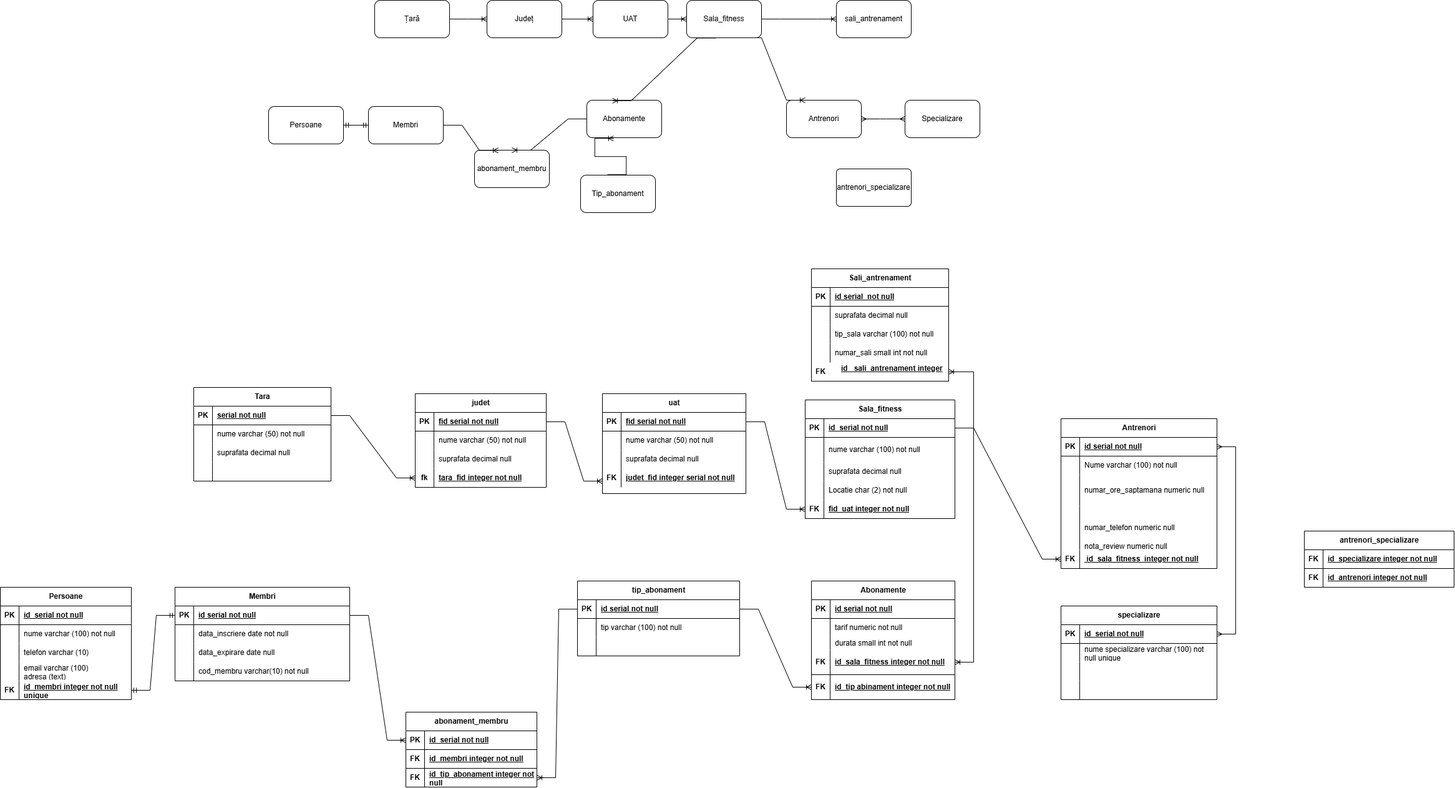
Above: diagrame.png in AndreeaPatrauvt/examen_sem1_Patra (draw.io), before the change. Source tidied: cells renumbered, new cells last; positions are measured from the earlier drawing's top-left corner, leaving out a move shared by most shapes.
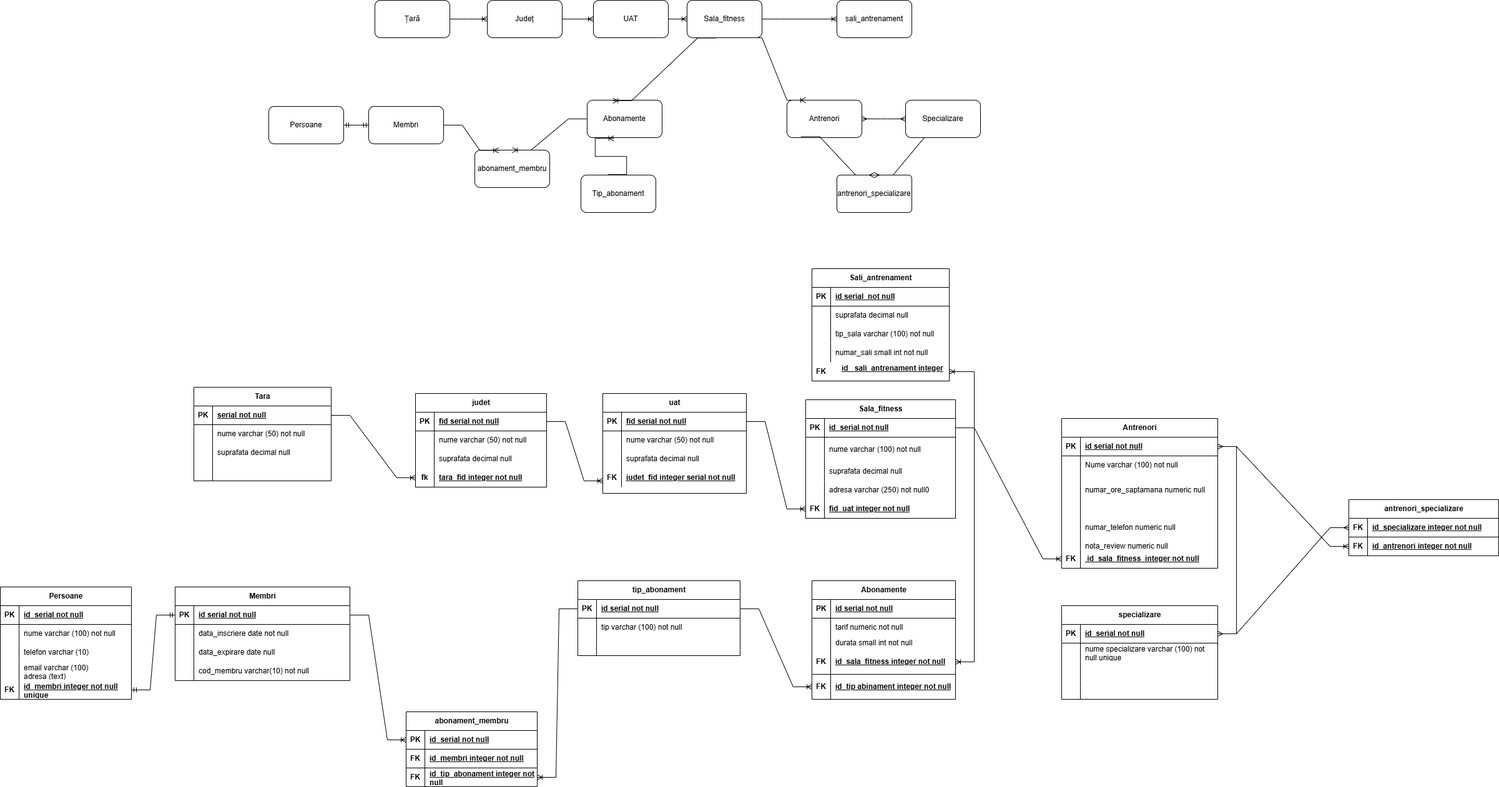
After the change.

What changed in the source:
```diff
@@ -253,7 +253,7 @@
     <mxCell id="83" style="shape=partialRectangle;fillColor=none;top=0;left=0;bottom=0;right=0;overflow=hidden;whiteSpace=wrap;html=1;" parent="82" vertex="1">
       <mxGeometry width="30" height="30" as="geometry" />
     </mxCell>
-    <mxCell id="84" value="Locatie char (2) not null" style="shape=partialRectangle;fillColor=none;top=0;left=0;bottom=0;right=0;align=left;spacingLeft=6;overflow=hidden;whiteSpace=wrap;html=1;" parent="82" vertex="1">
+    <mxCell id="84" value="adresa varchar (250) not null0" style="shape=partialRectangle;fillColor=none;top=0;left=0;bottom=0;right=0;align=left;spacingLeft=6;overflow=hidden;whiteSpace=wrap;html=1;" parent="82" vertex="1">
       <mxGeometry x="30" width="210" height="30" as="geometry" />
     </mxCell>
     <mxCell id="85" style="shape=tableRow;horizontal=0;startSize=0;swimlaneHead=0;swimlaneBody=0;fillColor=none;points=[[0,0.5],[1,0.5]];portConstraint=eastwest;top=0;left=0;right=0;bottom=1;" parent="72" vertex="1">
@@ -507,7 +507,7 @@
       <mxGeometry x="30" width="220" height="30" as="geometry" />
     </mxCell>
     <mxCell id="167" value="antrenori_specializare" style="shape=table;startSize=30;rowLines=0;fontStyle=1;align=center;html=1;" parent="1" vertex="1">
-      <mxGeometry x="2090" y="850" width="240" height="90" as="geometry" />
+      <mxGeometry x="2160" y="800" width="240" height="90" as="geometry" />
     </mxCell>
     <mxCell id="168" style="shape=tableRow;horizontal=0;startSize=0;swimlaneHead=0;swimlaneBody=0;fillColor=none;points=[[0,0.5],[1,0.5]];portConstraint=eastwest;top=0;left=0;right=0;bottom=1;" parent="167" vertex="1">
       <mxGeometry y="30" width="240" height="30" as="geometry" />
@@ -531,7 +531,7 @@
       <mxGeometry relative="1" as="geometry" />
     </mxCell>
     <mxCell id="175" value="antrenori_specializare" style="rounded=1;arcSize=10;whiteSpace=wrap;html=1;align=center;" parent="1" vertex="1">
-      <mxGeometry x="1340" y="270" width="120" height="60" as="geometry" />
+      <mxGeometry x="1340" y="280" width="120" height="60" as="geometry" />
     </mxCell>
     <mxCell id="176" value="Membri" style="shape=table;startSize=30;rowLines=0;fontStyle=1;align=center;html=1;" parent="1" vertex="1">
       <mxGeometry x="280" y="940" width="280" height="150" as="geometry" />
@@ -659,5 +659,21 @@
     <mxCell id="217" style="edgeStyle=entityRelationEdgeStyle;fontSize=12;html=1;endArrow=ERoneToMany;rounded=0;" parent="1" edge="1" source="177" target="190">
       <mxGeometry relative="1" as="geometry" />
     </mxCell>
+    <mxCell id="218" style="edgeStyle=entityRelationEdgeStyle;fontSize=12;html=1;endArrow=ERoneToMany;rounded=0;" parent="1" edge="1" source="152" target="171">
+      <mxGeometry relative="1" as="geometry" />
+    </mxCell>
+    <mxCell id="219" style="edgeStyle=entityRelationEdgeStyle;fontSize=12;html=1;endArrow=ERmany;rounded=0;" parent="1" edge="1" source="136" target="168">
+      <mxGeometry relative="1" as="geometry" />
+    </mxCell>
+    <mxCell id="220" style="edgeStyle=entityRelationEdgeStyle;fontSize=12;html=1;endArrow=ERmany;rounded=0;exitX=0.186;exitY=0.974;exitDx=0;exitDy=0;exitPerimeter=0;entryX=0.5;entryY=0;entryDx=0;entryDy=0;" parent="1" edge="1" source="9" target="175">
+      <mxGeometry relative="1" as="geometry" />
+    </mxCell>
+    <mxCell id="221" style="edgeStyle=entityRelationEdgeStyle;fontSize=12;html=1;endArrow=ERmany;rounded=0;exitX=0.5;exitY=1;exitDx=0;exitDy=0;entryX=0.5;entryY=0;entryDx=0;entryDy=0;" parent="1" edge="1" source="10" target="175">
+      <mxGeometry relative="1" as="geometry">
+        <Array as="points">
+          <mxPoint x="1440" y="280" />
+        </Array>
+      </mxGeometry>
+    </mxCell>
   </root>
 </mxGraphModel>
```
